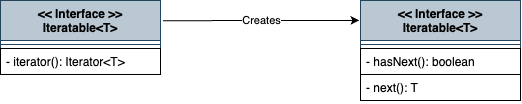
sh-yamaga/design-patterns-go keeps this draw.io diagram as iterator/docs/class-diagram.drawio.png. Above is the earlier version. Source tidied: cells renumbered, new cells last; positions are measured from the earlier drawing's top-left corner, leaving out a move shared by most shapes.
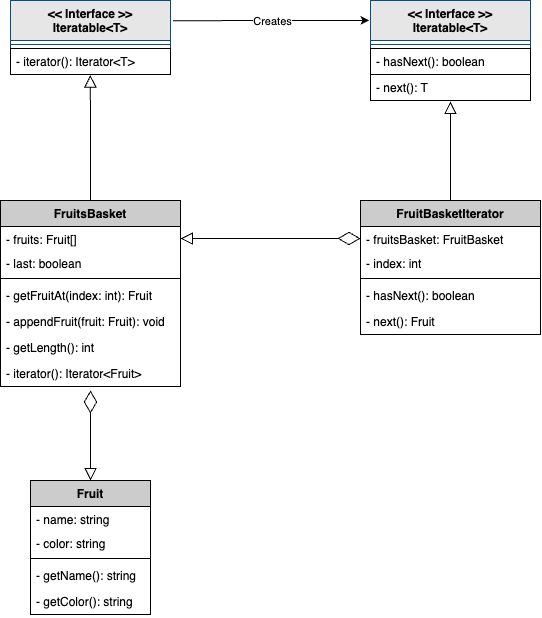
Above is the later version.

Commit message:
[update]#iterator_update class-diagram

Diff of the diagram source:
```diff
@@ -2,7 +2,7 @@
   <root>
     <mxCell id="0" />
     <mxCell id="1" parent="0" />
-    <mxCell id="2" value="&lt;&lt; Interface &gt;&gt;&#10;Iteratable&lt;T&gt;" style="swimlane;fontStyle=1;align=center;verticalAlign=top;horizontal=1;startSize=40;fillColor=#bac8d3;strokeColor=#23445d;fontColor=#000000;" parent="1" vertex="1">
+    <mxCell id="2" value="&lt;&lt; Interface &gt;&gt;&#10;Iteratable&lt;T&gt;" style="swimlane;fontStyle=1;align=center;verticalAlign=top;horizontal=1;startSize=40;fillColor=#E6E6E6;strokeColor=#23445d;fontColor=#000000;" parent="1" vertex="1">
       <mxGeometry width="160" height="74" as="geometry" />
     </mxCell>
     <mxCell id="3" style="line;strokeWidth=1;fillColor=none;align=left;verticalAlign=middle;spacingTop=-1;spacingLeft=3;spacingRight=3;labelPosition=right;strokeColor=inherit;" parent="2" vertex="1">
@@ -11,7 +11,7 @@
     <mxCell id="4" value="- iterator(): Iterator&lt;T&gt;" style="text;strokeColor=#000000;fillColor=none;align=left;verticalAlign=top;spacingLeft=4;spacingRight=4;overflow=hidden;points=[[0,0.5],[1,0.5]];portConstraint=eastwest;fontColor=#000000;" parent="2" vertex="1">
       <mxGeometry y="48" width="160" height="26" as="geometry" />
     </mxCell>
-    <mxCell id="5" value="&lt;&lt; Interface &gt;&gt;&#10;Iteratable&lt;T&gt;" style="swimlane;fontStyle=1;align=center;verticalAlign=top;horizontal=1;startSize=40;fillColor=#bac8d3;strokeColor=#23445d;fontColor=#000000;" parent="1" vertex="1">
+    <mxCell id="5" value="&lt;&lt; Interface &gt;&gt;&#10;Iteratable&lt;T&gt;" style="swimlane;fontStyle=1;align=center;verticalAlign=top;horizontal=1;startSize=40;fillColor=#E6E6E6;strokeColor=#23445d;fontColor=#000000;" parent="1" vertex="1">
       <mxGeometry x="360" width="160" height="100" as="geometry" />
     </mxCell>
     <mxCell id="6" style="line;strokeWidth=1;fillColor=none;align=left;verticalAlign=middle;spacingTop=-1;spacingLeft=3;spacingRight=3;labelPosition=right;strokeColor=inherit;" parent="5" vertex="1">
@@ -29,5 +29,79 @@
     <mxCell id="10" value="Creates" style="edgeLabel;html=1;align=center;verticalAlign=middle;labelBackgroundColor=#FFFFFF;strokeColor=#000000;fontColor=#000000;fillColor=none;" parent="9" vertex="1">
       <mxGeometry relative="1" as="geometry" />
     </mxCell>
+    <mxCell id="11" value="FruitsBasket" style="swimlane;fontStyle=1;align=center;verticalAlign=top;horizontal=1;startSize=26;fillColor=#CCCCCC;fontColor=#000000;strokeColor=#000000;" parent="1" vertex="1">
+      <mxGeometry x="-10" y="200" width="180" height="186" as="geometry" />
+    </mxCell>
+    <mxCell id="12" value="- fruits: Fruit[]" style="text;strokeColor=none;fillColor=none;align=left;verticalAlign=top;spacingLeft=4;spacingRight=4;overflow=hidden;points=[[0,0.5],[1,0.5]];portConstraint=eastwest;fontColor=#000000;" parent="11" vertex="1">
+      <mxGeometry y="26" width="180" height="24" as="geometry" />
+    </mxCell>
+    <mxCell id="13" value="- last: boolean" style="text;strokeColor=none;fillColor=none;align=left;verticalAlign=top;spacingLeft=4;spacingRight=4;overflow=hidden;fontColor=#000000;" parent="11" vertex="1">
+      <mxGeometry y="50" width="180" height="24" as="geometry" />
+    </mxCell>
+    <mxCell id="14" style="line;strokeWidth=1;fillColor=none;align=left;verticalAlign=middle;spacingTop=-1;spacingLeft=3;spacingRight=3;labelPosition=right;strokeColor=inherit;" parent="11" vertex="1">
+      <mxGeometry y="74" width="180" height="8" as="geometry" />
+    </mxCell>
+    <mxCell id="15" value="- getFruitAt(index: int): Fruit" style="text;strokeColor=none;fillColor=none;align=left;verticalAlign=top;spacingLeft=4;spacingRight=4;overflow=hidden;fontColor=#000000;" parent="11" vertex="1">
+      <mxGeometry y="82" width="180" height="26" as="geometry" />
+    </mxCell>
+    <mxCell id="16" value="- appendFruit(fruit: Fruit): void" style="text;strokeColor=none;fillColor=none;align=left;verticalAlign=top;spacingLeft=4;spacingRight=4;overflow=hidden;fontColor=#000000;" parent="11" vertex="1">
+      <mxGeometry y="108" width="180" height="26" as="geometry" />
+    </mxCell>
+    <mxCell id="17" value="- getLength(): int" style="text;strokeColor=none;fillColor=none;align=left;verticalAlign=top;spacingLeft=4;spacingRight=4;overflow=hidden;fontColor=#000000;" parent="11" vertex="1">
+      <mxGeometry y="134" width="180" height="26" as="geometry" />
+    </mxCell>
+    <mxCell id="18" value="- iterator(): Iterator&lt;Fruit&gt;" style="text;strokeColor=none;fillColor=none;align=left;verticalAlign=top;spacingLeft=4;spacingRight=4;overflow=hidden;fontColor=#000000;" parent="11" vertex="1">
+      <mxGeometry y="160" width="180" height="26" as="geometry" />
+    </mxCell>
+    <mxCell id="19" value="Fruit" style="swimlane;fontStyle=1;align=center;verticalAlign=top;horizontal=1;startSize=26;fillColor=#CCCCCC;fontColor=#000000;strokeColor=#000000;" parent="1" vertex="1">
+      <mxGeometry x="20" y="480" width="120" height="134" as="geometry" />
+    </mxCell>
+    <mxCell id="20" value="- name: string" style="text;strokeColor=none;fillColor=none;align=left;verticalAlign=top;spacingLeft=4;spacingRight=4;overflow=hidden;fontColor=#000000;" parent="19" vertex="1">
+      <mxGeometry y="26" width="120" height="24" as="geometry" />
+    </mxCell>
+    <mxCell id="21" value="- color: string" style="text;strokeColor=none;fillColor=none;align=left;verticalAlign=top;spacingLeft=4;spacingRight=4;overflow=hidden;fontColor=#000000;" parent="19" vertex="1">
+      <mxGeometry y="50" width="120" height="24" as="geometry" />
+    </mxCell>
+    <mxCell id="22" style="line;strokeWidth=1;fillColor=none;align=left;verticalAlign=middle;spacingTop=-1;spacingLeft=3;spacingRight=3;labelPosition=right;strokeColor=inherit;" parent="19" vertex="1">
+      <mxGeometry y="74" width="120" height="8" as="geometry" />
+    </mxCell>
+    <mxCell id="23" value="- getName(): string" style="text;strokeColor=none;fillColor=none;align=left;verticalAlign=top;spacingLeft=4;spacingRight=4;overflow=hidden;fontColor=#000000;" parent="19" vertex="1">
+      <mxGeometry y="82" width="120" height="26" as="geometry" />
+    </mxCell>
+    <mxCell id="24" value="- getColor(): string" style="text;strokeColor=none;fillColor=none;align=left;verticalAlign=top;spacingLeft=4;spacingRight=4;overflow=hidden;fontColor=#000000;" parent="19" vertex="1">
+      <mxGeometry y="108" width="120" height="26" as="geometry" />
+    </mxCell>
+    <mxCell id="25" value="FruitBasketIterator" style="swimlane;fontStyle=1;align=center;verticalAlign=top;horizontal=1;startSize=26;fillColor=#CCCCCC;fontColor=#000000;strokeColor=#000000;" parent="1" vertex="1">
+      <mxGeometry x="350" y="200" width="180" height="134" as="geometry" />
+    </mxCell>
+    <mxCell id="26" value="- fruitsBasket: FruitBasket" style="text;strokeColor=none;fillColor=none;align=left;verticalAlign=top;spacingLeft=4;spacingRight=4;overflow=hidden;points=[[0,0.5],[1,0.5]];portConstraint=eastwest;fontColor=#000000;" parent="25" vertex="1">
+      <mxGeometry y="26" width="180" height="24" as="geometry" />
+    </mxCell>
+    <mxCell id="27" value="- index: int" style="text;strokeColor=none;fillColor=none;align=left;verticalAlign=top;spacingLeft=4;spacingRight=4;overflow=hidden;fontColor=#000000;" parent="25" vertex="1">
+      <mxGeometry y="50" width="180" height="24" as="geometry" />
+    </mxCell>
+    <mxCell id="28" style="line;strokeWidth=1;fillColor=none;align=left;verticalAlign=middle;spacingTop=-1;spacingLeft=3;spacingRight=3;labelPosition=right;strokeColor=inherit;" parent="25" vertex="1">
+      <mxGeometry y="74" width="180" height="8" as="geometry" />
+    </mxCell>
+    <mxCell id="29" value="- hasNext(): boolean" style="text;strokeColor=none;fillColor=none;align=left;verticalAlign=top;spacingLeft=4;spacingRight=4;overflow=hidden;fontColor=#000000;" parent="25" vertex="1">
+      <mxGeometry y="82" width="180" height="26" as="geometry" />
+    </mxCell>
+    <mxCell id="30" value="- next(): Fruit" style="text;strokeColor=none;fillColor=none;align=left;verticalAlign=top;spacingLeft=4;spacingRight=4;overflow=hidden;fontColor=#000000;" parent="25" vertex="1">
+      <mxGeometry y="108" width="180" height="26" as="geometry" />
+    </mxCell>
+    <mxCell id="31" style="endArrow=block;html=1;fontColor=#000000;entryX=0.499;entryY=1.022;entryDx=0;entryDy=0;entryPerimeter=0;exitX=0.5;exitY=0;exitDx=0;exitDy=0;strokeColor=#000000;endFill=0;endSize=10;" parent="1" edge="1" source="11" target="4">
+      <mxGeometry relative="1" as="geometry" />
+    </mxCell>
+    <mxCell id="32" style="endArrow=block;html=1;fontColor=#000000;entryX=0.5;entryY=1.038;entryDx=0;entryDy=0;entryPerimeter=0;exitX=0.5;exitY=0;exitDx=0;exitDy=0;strokeColor=#000000;endFill=0;endSize=10;" parent="1" edge="1" source="25" target="8">
+      <mxGeometry relative="1" as="geometry" />
+    </mxCell>
+    <mxCell id="33" style="endArrow=block;html=1;fontColor=#000000;strokeColor=#000000;endFill=0;endSize=10;startArrow=diamondThin;startFill=0;startSize=20;exitX=0;exitY=0.5;exitDx=0;exitDy=0;entryX=1;entryY=0.5;entryDx=0;entryDy=0;" parent="1" edge="1" source="26" target="12">
+      <mxGeometry relative="1" as="geometry" />
+    </mxCell>
+    <mxCell id="34" style="endArrow=block;html=1;fontColor=#000000;strokeColor=#000000;endFill=0;endSize=10;startArrow=diamondThin;startFill=0;startSize=20;entryX=0.5;entryY=0;entryDx=0;entryDy=0;" parent="1" edge="1" target="19">
+      <mxGeometry relative="1" as="geometry">
+        <mxPoint x="80" y="390" as="sourcePoint" />
+      </mxGeometry>
+    </mxCell>
   </root>
 </mxGraphModel>
```
